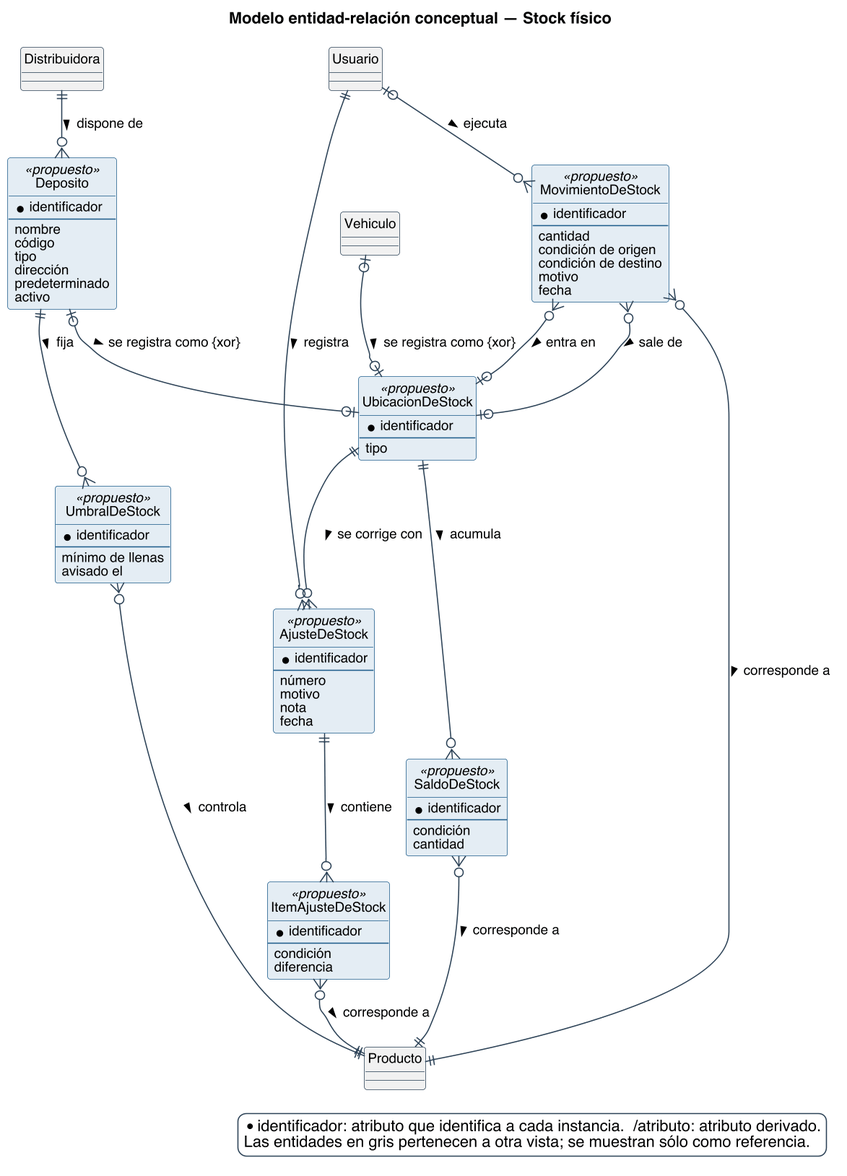
The PlantUML diagram diagramas/base-de-datos/conceptual/SPLG-der-09-stock-fisico.png in Nahuelito-Dev/splg-docs, before a commit. Source of this version:
```plantuml
@startuml
title Modelo entidad-relación conceptual — Stock físico
skinparam backgroundColor #FFFFFF
skinparam shadowing false
skinparam defaultFontName Helvetica
skinparam defaultFontSize 12
skinparam dpi 150
skinparam class {
  BorderColor #2C4257
  BackgroundColor #FFFFFF
  ArrowColor #2C4257
  FontSize 12
}
skinparam entity<<ajena>> {
  BackgroundColor #F1F1F1
  BorderColor #8A97A3
  FontColor #55616C
}
skinparam class<<propuesto>> {
  BorderColor #1F5E8C
  BackgroundColor #E4EDF4
}
skinparam entity<<propuesto>> {
  BorderColor #1F5E8C
  BackgroundColor #E4EDF4
}
skinparam legendBackgroundColor #FFFFFF
skinparam legendBorderColor #2C4257

hide circle

skinparam nodesep 25
skinparam ranksep 45

entity Deposito <<propuesto>> #E4EDF4;line:1F5E8C {
  * identificador
  --
  {field} nombre
  {field} código
  {field} tipo
  {field} dirección
  {field} predeterminado
  {field} activo
}
entity UbicacionDeStock <<propuesto>> #E4EDF4;line:1F5E8C {
  * identificador
  --
  {field} tipo
}
entity SaldoDeStock <<propuesto>> #E4EDF4;line:1F5E8C {
  * identificador
  --
  {field} condición
  {field} cantidad
}
entity MovimientoDeStock <<propuesto>> #E4EDF4;line:1F5E8C {
  * identificador
  --
  {field} cantidad
  {field} condición de origen
  {field} condición de destino
  {field} motivo
  {field} fecha
}
entity UmbralDeStock <<propuesto>> #E4EDF4;line:1F5E8C {
  * identificador
  --
  {field} mínimo de llenas
  {field} avisado el
}
entity AjusteDeStock <<propuesto>> #E4EDF4;line:1F5E8C {
  * identificador
  --
  {field} número
  {field} motivo
  {field} nota
  {field} fecha
}
entity ItemAjusteDeStock <<propuesto>> #E4EDF4;line:1F5E8C {
  * identificador
  --
  {field} condición
  {field} diferencia
}
entity Producto #F1F1F1 {
}
entity Vehiculo #F1F1F1 {
}
entity Usuario #F1F1F1 {
}
entity Distribuidora #F1F1F1 {
}

Distribuidora ||--o{ Deposito : dispone de >
Deposito ||--o{ UmbralDeStock : fija >
UmbralDeStock }o--|| Producto : controla >
Deposito |o--o| UbicacionDeStock : se registra como {xor} >
Vehiculo |o--o| UbicacionDeStock : se registra como {xor} >
UbicacionDeStock ||--o{ AjusteDeStock : se corrige con >
Usuario ||--o{ AjusteDeStock : registra >
UbicacionDeStock ||--o{ SaldoDeStock : acumula >
SaldoDeStock }o--|| Producto : corresponde a >
MovimientoDeStock }o--|| Producto : corresponde a >
MovimientoDeStock }o--o| UbicacionDeStock : sale de >
MovimientoDeStock }o--o| UbicacionDeStock : entra en >
Usuario |o--o{ MovimientoDeStock : ejecuta >
AjusteDeStock ||--o{ ItemAjusteDeStock : contiene >
ItemAjusteDeStock }o--|| Producto : corresponde a >

legend bottom right
  * identificador: atributo que identifica a cada instancia.  /atributo: atributo derivado.
  Las entidades en gris pertenecen a otra vista; se muestran sólo como referencia.
endlegend
@enduml
```
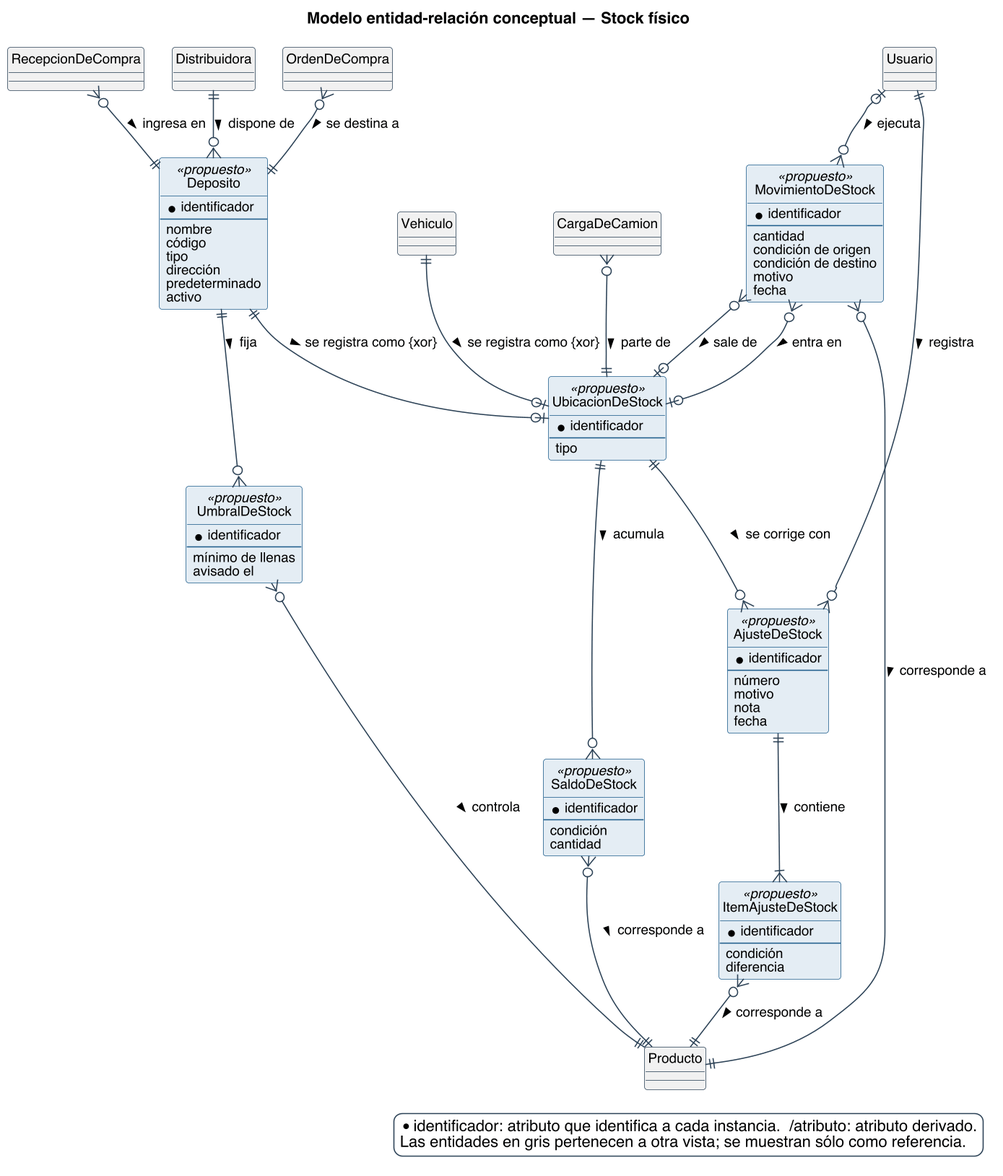
Above is the later version.

Diff of the diagram source:
```diff
@@ -90,12 +90,20 @@
 }
 entity Distribuidora #F1F1F1 {
 }
+entity OrdenDeCompra #F1F1F1 {
+}
+entity RecepcionDeCompra #F1F1F1 {
+}
+entity CargaDeCamion #F1F1F1 {
+}
 
 Distribuidora ||--o{ Deposito : dispone de >
+OrdenDeCompra }o--|| Deposito : se destina a >
 Deposito ||--o{ UmbralDeStock : fija >
 UmbralDeStock }o--|| Producto : controla >
-Deposito |o--o| UbicacionDeStock : se registra como {xor} >
-Vehiculo |o--o| UbicacionDeStock : se registra como {xor} >
+RecepcionDeCompra }o--|| Deposito : ingresa en >
+Deposito ||--o| UbicacionDeStock : se registra como {xor} >
+Vehiculo ||--o| UbicacionDeStock : se registra como {xor} >
 UbicacionDeStock ||--o{ AjusteDeStock : se corrige con >
 Usuario ||--o{ AjusteDeStock : registra >
 UbicacionDeStock ||--o{ SaldoDeStock : acumula >
@@ -104,7 +112,8 @@
 MovimientoDeStock }o--o| UbicacionDeStock : sale de >
 MovimientoDeStock }o--o| UbicacionDeStock : entra en >
 Usuario |o--o{ MovimientoDeStock : ejecuta >
-AjusteDeStock ||--o{ ItemAjusteDeStock : contiene >
+CargaDeCamion }o--|| UbicacionDeStock : parte de >
+AjusteDeStock ||--|{ ItemAjusteDeStock : contiene >
 ItemAjusteDeStock }o--|| Producto : corresponde a >
 
 legend bottom right
```
